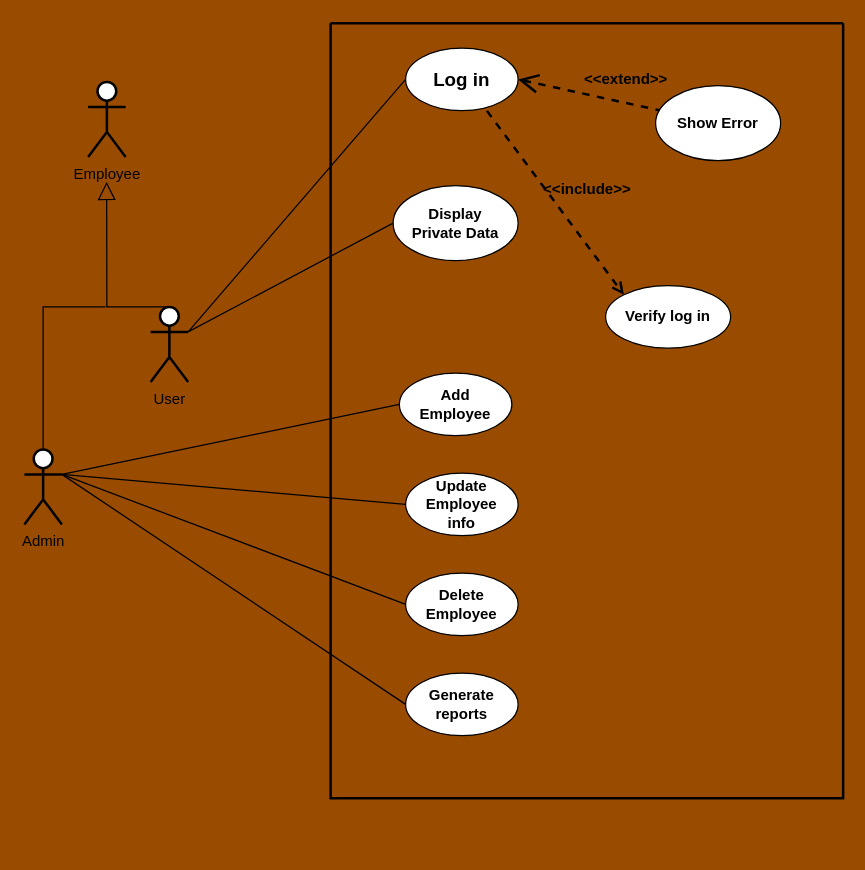
Above: Use-Case-Diagram.drawio in Alsayed-Aldkhakhni/SoftwareEngineeringProject (draw.io), before the change. Source tidied: cells renumbered, new cells numbered last; positions are measured from the earlier drawing's top-left corner, leaving out a move shared by most shapes. Both pictures are drawn from the tidied source at 125%, with x=0, y=0 at pixel (24, 22).
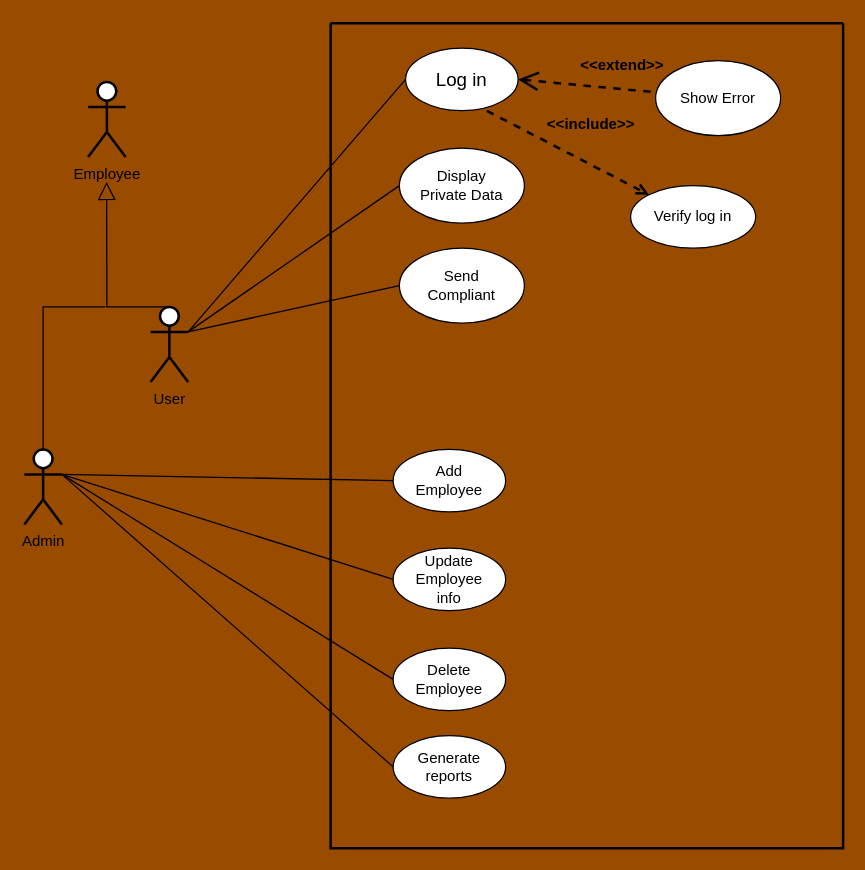
Above is the later version.

Commit message:
Use case diagram v1.1

Unchanged cells that the change refers to:
```xml
<mxCell id="16" value="User" style="shape=umlActor;html=1;verticalLabelPosition=bottom;verticalAlign=top;align=center;strokeWidth=2;" parent="1" vertex="1">
  <mxGeometry x="101" y="227" width="30" height="60" as="geometry" />
</mxCell>
```

Change to the diagram source:
```diff
@@
     <mxCell id="2" style="swimlane;startSize=0;strokeWidth=2;" parent="1" vertex="1">
-      <mxGeometry x="245" width="410" height="620" as="geometry" />
+      <mxGeometry x="245" width="410" height="660" as="geometry" />
     </mxCell>
-    <mxCell id="3" value="&lt;b style=&quot;font-size: 15px;&quot;&gt;Log in&lt;br&gt;&lt;/b&gt;" style="ellipse;whiteSpace=wrap;html=1;" parent="2" vertex="1">
+    <mxCell id="3" value="&lt;span style=&quot;font-size: 15px;&quot;&gt;Log in&lt;br&gt;&lt;/span&gt;" style="ellipse;whiteSpace=wrap;html=1;" parent="2" vertex="1">
       <mxGeometry x="60" y="20" width="90" height="50" as="geometry" />
     </mxCell>
-    <mxCell id="4" value="&lt;b&gt;Verify log in&lt;/b&gt;" style="ellipse;whiteSpace=wrap;html=1;" parent="2" vertex="1">
-      <mxGeometry x="220" y="210" width="100" height="50" as="geometry" />
+    <mxCell id="4" value="Verify log in" style="ellipse;whiteSpace=wrap;html=1;" parent="2" vertex="1">
+      <mxGeometry x="240" y="130" width="100" height="50" as="geometry" />
     </mxCell>
-    <mxCell id="5" value="&lt;b&gt;Show Error&lt;br&gt;&lt;/b&gt;" style="ellipse;whiteSpace=wrap;html=1;" parent="2" vertex="1">
-      <mxGeometry x="260" y="50" width="100" height="60" as="geometry" />
+    <mxCell id="5" value="Show Error" style="ellipse;whiteSpace=wrap;html=1;" parent="2" vertex="1">
+      <mxGeometry x="260" y="30" width="100" height="60" as="geometry" />
     </mxCell>
@@
-    <mxCell id="8" value="&lt;div&gt;&lt;b&gt;Add&lt;/b&gt;&lt;/div&gt;&lt;div&gt;&lt;b&gt;Employee&lt;br&gt;&lt;/b&gt;&lt;/div&gt;" style="ellipse;whiteSpace=wrap;html=1;" parent="2" vertex="1">
-      <mxGeometry x="55" y="280" width="90" height="50" as="geometry" />
+    <mxCell id="8" value="&lt;div&gt;Add&lt;/div&gt;&lt;div&gt;Employee&lt;br&gt;&lt;/div&gt;" style="ellipse;whiteSpace=wrap;html=1;" parent="2" vertex="1">
+      <mxGeometry x="50" y="341" width="90" height="50" as="geometry" />
     </mxCell>
-    <mxCell id="9" value="&lt;div&gt;&lt;b&gt;Delete&lt;br&gt;&lt;/b&gt;&lt;/div&gt;&lt;div&gt;&lt;b&gt;Employee&lt;br&gt;&lt;/b&gt;&lt;/div&gt;" style="ellipse;whiteSpace=wrap;html=1;" parent="2" vertex="1">
-      <mxGeometry x="60" y="440" width="90" height="50" as="geometry" />
+    <mxCell id="9" value="&lt;div&gt;Delete&lt;br&gt;&lt;/div&gt;&lt;div&gt;Employee&lt;br&gt;&lt;/div&gt;" style="ellipse;whiteSpace=wrap;html=1;" parent="2" vertex="1">
+      <mxGeometry x="50" y="500" width="90" height="50" as="geometry" />
     </mxCell>
-    <mxCell id="10" value="&lt;div&gt;&lt;b&gt;Update&lt;/b&gt;&lt;/div&gt;&lt;div&gt;&lt;b&gt;Employee&lt;/b&gt;&lt;/div&gt;&lt;div&gt;&lt;b&gt;info&lt;br&gt;&lt;/b&gt;&lt;/div&gt;" style="ellipse;whiteSpace=wrap;html=1;" parent="2" vertex="1">
-      <mxGeometry x="60" y="360" width="90" height="50" as="geometry" />
+    <mxCell id="10" value="&lt;div&gt;Update&lt;/div&gt;&lt;div&gt;Employee&lt;/div&gt;&lt;div&gt;info&lt;br&gt;&lt;/div&gt;" style="ellipse;whiteSpace=wrap;html=1;" parent="2" vertex="1">
+      <mxGeometry x="50" y="420" width="90" height="50" as="geometry" />
     </mxCell>
-    <mxCell id="11" value="&lt;b&gt;Generate reports&lt;br&gt;&lt;/b&gt;" style="ellipse;whiteSpace=wrap;html=1;" parent="2" vertex="1">
-      <mxGeometry x="60" y="520" width="90" height="50" as="geometry" />
+    <mxCell id="11" value="Generate reports" style="ellipse;whiteSpace=wrap;html=1;" parent="2" vertex="1">
+      <mxGeometry x="50" y="570" width="90" height="50" as="geometry" />
     </mxCell>
-    <mxCell id="12" value="&lt;div&gt;&lt;b&gt;Display&lt;/b&gt;&lt;/div&gt;&lt;div&gt;&lt;b&gt;Private Data&lt;br&gt;&lt;/b&gt;&lt;/div&gt;" style="ellipse;whiteSpace=wrap;html=1;" parent="2" vertex="1">
-      <mxGeometry x="50" y="130" width="100" height="60" as="geometry" />
+    <mxCell id="12" value="&lt;div&gt;Display&lt;/div&gt;&lt;div&gt;Private Data&lt;br&gt;&lt;/div&gt;" style="ellipse;whiteSpace=wrap;html=1;" parent="2" vertex="1">
+      <mxGeometry x="55" y="100" width="100" height="60" as="geometry" />
     </mxCell>
+    <mxCell id="24" value="&lt;div&gt;Send &lt;br&gt;&lt;/div&gt;&lt;div&gt;Compliant&lt;br&gt;&lt;/div&gt;" style="ellipse;whiteSpace=wrap;html=1;" parent="2" vertex="1">
+      <mxGeometry x="55" y="180" width="100" height="60" as="geometry" />
+    </mxCell>
@@
+    <mxCell id="25" style="edgeStyle=none;html=1;endArrow=none;verticalAlign=bottom;rounded=0;strokeWidth=1;exitX=1;exitY=0.3333333333333333;exitDx=0;exitDy=0;exitPerimeter=0;entryX=0;entryY=0.5;entryDx=0;entryDy=0;" parent="1" edge="1" source="16" target="24">
+      <mxGeometry relative="1" as="geometry" />
+    </mxCell>
```
